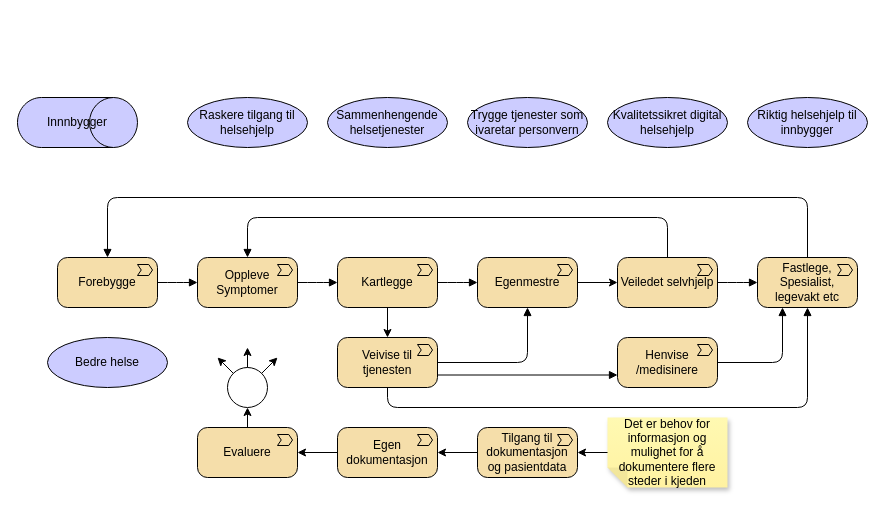
Before: page "verdikjede-pasient" (5 of 9) of docs/strategi/value-chain.drawio in hdir/Digital-Forstelinje, a draw.io diagram. Source tidied: cells renumbered, new cells numbered last; positions are measured from the earlier drawing's top-left corner, leaving out a move shared by most shapes. Both pictures are drawn from the tidied source at 100%, with x=0, y=0 at pixel (17, 97).
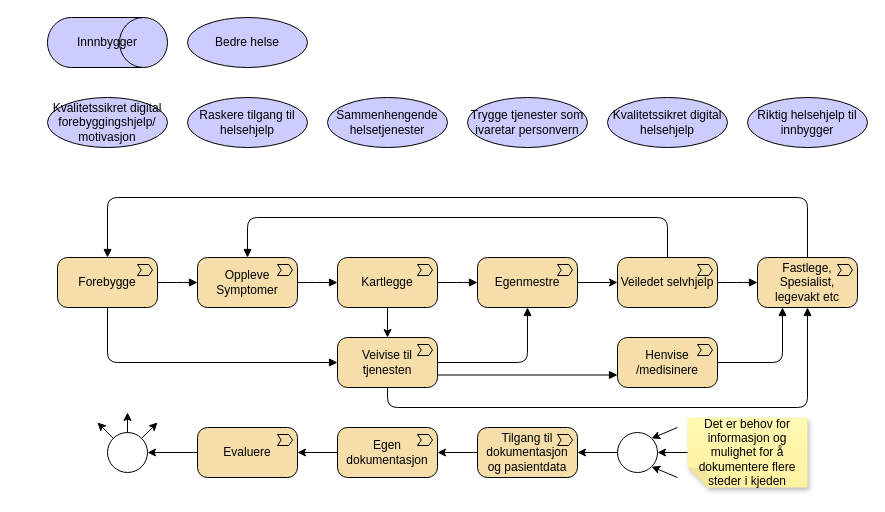
The same diagram, later.

Unchanged cells that the change refers to:
```xml
<mxCell id="3" value="Forebygge" style="html=1;outlineConnect=0;whiteSpace=wrap;fillColor=#F5DEAA;shape=mxgraph.archimate3.application;appType=valueStream;archiType=rounded;" parent="1" vertex="1">
  <mxGeometry x="40" y="160" width="100" height="50" as="geometry" />
</mxCell>
<mxCell id="9" value="Veivise til tjenesten" style="html=1;outlineConnect=0;whiteSpace=wrap;fillColor=#F5DEAA;shape=mxgraph.archimate3.application;appType=valueStream;archiType=rounded;" parent="1" vertex="1">
  <mxGeometry x="320" y="240" width="100" height="50" as="geometry" />
</mxCell>
<mxCell id="29" value="Evaluere" style="html=1;outlineConnect=0;whiteSpace=wrap;fillColor=#F5DEAA;shape=mxgraph.archimate3.application;appType=valueStream;archiType=rounded;" parent="1" vertex="1">
  <mxGeometry x="180" y="330" width="100" height="50" as="geometry" />
</mxCell>
<mxCell id="31" value="Tilgang til dokumentasjon og pasientdata" style="html=1;outlineConnect=0;whiteSpace=wrap;fillColor=#F5DEAA;shape=mxgraph.archimate3.application;appType=valueStream;archiType=rounded;" parent="1" vertex="1">
  <mxGeometry x="460" y="330" width="100" height="50" as="geometry" />
</mxCell>
```

The edit, as a diff of the source:
```diff
@@
     <mxCell id="27" value="Innnbygger" style="html=1;whiteSpace=wrap;fillColor=#CCCCFF;shape=mxgraph.archimate3.role;" parent="1" vertex="1">
-      <mxGeometry width="120" height="50" as="geometry" />
+      <mxGeometry x="30" y="-80" width="120" height="50" as="geometry" />
     </mxCell>
     <mxCell id="28" value="Bedre helse" style="shape=ellipse;html=1;whiteSpace=wrap;fillColor=#CCCCFF;" parent="1" vertex="1">
-      <mxGeometry x="30" y="240" width="120" height="50" as="geometry" />
+      <mxGeometry x="170" y="-80" width="120" height="50" as="geometry" />
     </mxCell>
@@
-    <mxCell id="32" style="edgeStyle=none;html=1;entryX=1;entryY=0.5;entryDx=0;entryDy=0;entryPerimeter=0;" parent="1" edge="1" target="31">
-      <mxGeometry relative="1" as="geometry">
-        <mxPoint x="640" y="355" as="sourcePoint" />
-      </mxGeometry>
+    <mxCell id="32" style="edgeStyle=none;html=1;entryX=1;entryY=0.5;entryDx=0;entryDy=0;entryPerimeter=0;" parent="1" edge="1" source="43" target="31">
+      <mxGeometry relative="1" as="geometry" />
     </mxCell>
@@
-    <mxCell id="35" style="edgeStyle=none;html=1;exitX=0.5;exitY=0;exitDx=0;exitDy=0;exitPerimeter=0;" parent="1" edge="1" source="29">
-      <mxGeometry relative="1" as="geometry">
-        <mxPoint x="230" y="310" as="targetPoint" />
-      </mxGeometry>
+    <mxCell id="35" style="edgeStyle=none;html=1;exitX=0;exitY=0.5;exitDx=0;exitDy=0;exitPerimeter=0;entryX=1;entryY=0.5;entryDx=0;entryDy=0;" parent="1" edge="1" source="29" target="37">
+      <mxGeometry relative="1" as="geometry" />
     </mxCell>
     <mxCell id="36" value="Det er behov for informasjon og mulighet for å dokumentere flere steder i kjeden" style="shape=note;whiteSpace=wrap;html=1;backgroundOutline=1;fontColor=#000000;darkOpacity=0.05;fillColor=#FFF9B2;strokeColor=none;fillStyle=solid;direction=west;gradientDirection=north;gradientColor=#FFF2A1;shadow=1;size=20;" parent="1" vertex="1">
-      <mxGeometry x="590" y="320" width="120" height="70" as="geometry" />
+      <mxGeometry x="670" y="320" width="120" height="70" as="geometry" />
     </mxCell>
     <mxCell id="37" style="ellipse;html=1;verticalLabelPosition=bottom;labelBackgroundColor=#ffffff;verticalAlign=top;fillColor=#ffffff;" parent="1" vertex="1">
-      <mxGeometry x="210" y="270" width="40" height="40" as="geometry" />
+      <mxGeometry x="90" y="335" width="40" height="40" as="geometry" />
     </mxCell>
     <mxCell id="38" style="edgeStyle=none;html=1;exitX=1;exitY=0;exitDx=0;exitDy=0;" parent="1" edge="1" source="37">
       <mxGeometry relative="1" as="geometry">
-        <mxPoint x="260" y="260" as="targetPoint" />
+        <mxPoint x="140" y="325" as="targetPoint" />
       </mxGeometry>
     </mxCell>
     <mxCell id="39" style="edgeStyle=none;html=1;" parent="1" edge="1">
       <mxGeometry relative="1" as="geometry">
-        <mxPoint x="230" y="270" as="sourcePoint" />
-        <mxPoint x="230" y="250" as="targetPoint" />
+        <mxPoint x="110" y="335" as="sourcePoint" />
+        <mxPoint x="110" y="315" as="targetPoint" />
       </mxGeometry>
     </mxCell>
     <mxCell id="40" style="edgeStyle=none;html=1;exitX=0;exitY=0;exitDx=0;exitDy=0;" parent="1" edge="1" source="37">
       <mxGeometry relative="1" as="geometry">
-        <mxPoint x="200" y="260" as="targetPoint" />
+        <mxPoint x="80" y="325" as="targetPoint" />
       </mxGeometry>
     </mxCell>
+    <mxCell id="41" value="Kvalitetssikret digital forebyggingshjelp/ motivasjon" style="shape=ellipse;html=1;whiteSpace=wrap;fillColor=#CCCCFF;" parent="1" vertex="1">
+      <mxGeometry x="30" width="120" height="50" as="geometry" />
+    </mxCell>
+    <mxCell id="42" style="edgeStyle=none;html=1;entryX=1;entryY=0.5;entryDx=0;entryDy=0;entryPerimeter=0;" parent="1" edge="1" target="43">
+      <mxGeometry relative="1" as="geometry">
+        <mxPoint x="640" y="355" as="sourcePoint" />
+      </mxGeometry>
+    </mxCell>
+    <mxCell id="43" style="ellipse;html=1;verticalLabelPosition=bottom;labelBackgroundColor=#ffffff;verticalAlign=top;fillColor=#ffffff;" parent="1" vertex="1">
+      <mxGeometry x="600" y="335" width="40" height="40" as="geometry" />
+    </mxCell>
+    <mxCell id="44" style="edgeStyle=none;html=1;entryX=1;entryY=0;entryDx=0;entryDy=0;" parent="1" edge="1" target="43">
+      <mxGeometry relative="1" as="geometry">
+        <mxPoint x="660" y="330" as="sourcePoint" />
+      </mxGeometry>
+    </mxCell>
+    <mxCell id="45" style="edgeStyle=none;html=1;entryX=1;entryY=1;entryDx=0;entryDy=0;" parent="1" edge="1" target="43">
+      <mxGeometry relative="1" as="geometry">
+        <mxPoint x="660" y="380" as="sourcePoint" />
+      </mxGeometry>
+    </mxCell>
+    <mxCell id="46" style="edgeStyle=none;html=1;entryX=1;entryY=0.5;entryDx=0;entryDy=0;" parent="1" edge="1" target="43">
+      <mxGeometry relative="1" as="geometry">
+        <mxPoint x="670" y="355" as="sourcePoint" />
+      </mxGeometry>
+    </mxCell>
+    <mxCell id="47" style="edgeStyle=orthogonalEdgeStyle;html=1;endArrow=block;dashed=0;elbow=vertical;endFill=1;entryX=0;entryY=0.5;entryDx=0;entryDy=0;entryPerimeter=0;exitX=0.5;exitY=1;exitDx=0;exitDy=0;exitPerimeter=0;" parent="1" edge="1" source="3" target="9">
+      <mxGeometry relative="1" as="geometry" />
+    </mxCell>
```
